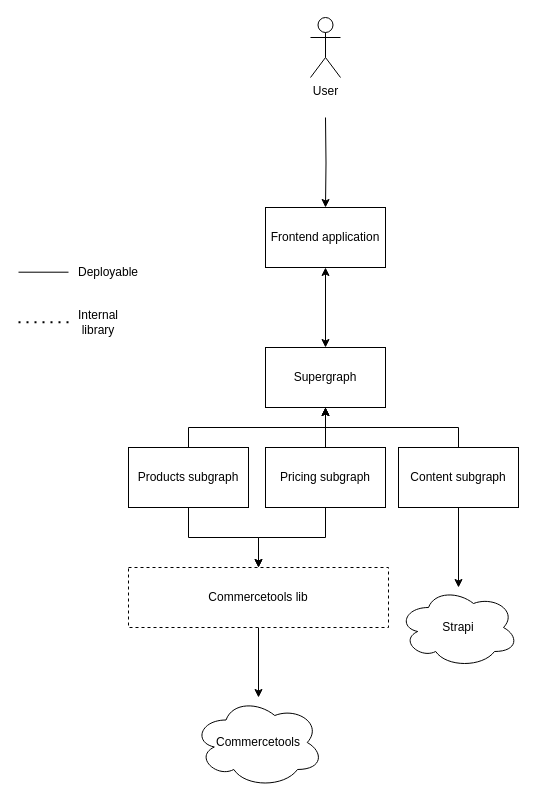
Physer/Microshop keeps this draw.io diagram as docs/application-architecture.drawio. Above is the earlier version. Source tidied: cells renumbered, new cells numbered last; positions are measured from the earlier drawing's top-left corner, leaving out a move shared by most shapes. Both pictures are drawn from the tidied source at 100%, with x=0, y=0 at pixel (18, 17).
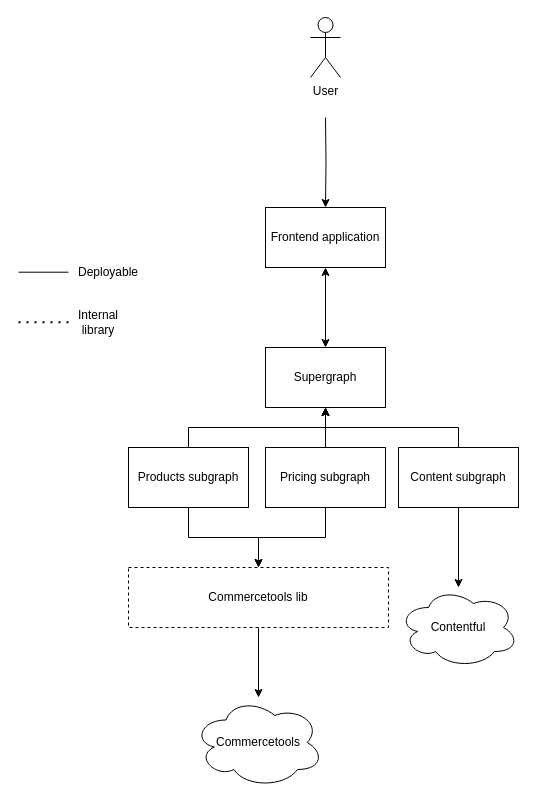
After the change.

Commit message (it also covers changes not shown here):
docs(repo): updated architecture diagram

What changed in the source:
```diff
@@
-    <mxCell id="16" value="Strapi" style="ellipse;shape=cloud;whiteSpace=wrap;html=1;" parent="1" vertex="1">
+    <mxCell id="16" value="Contentful" style="ellipse;shape=cloud;whiteSpace=wrap;html=1;" parent="1" vertex="1">
       <mxGeometry x="380" y="570" width="120" height="80" as="geometry" />
     </mxCell>
```
